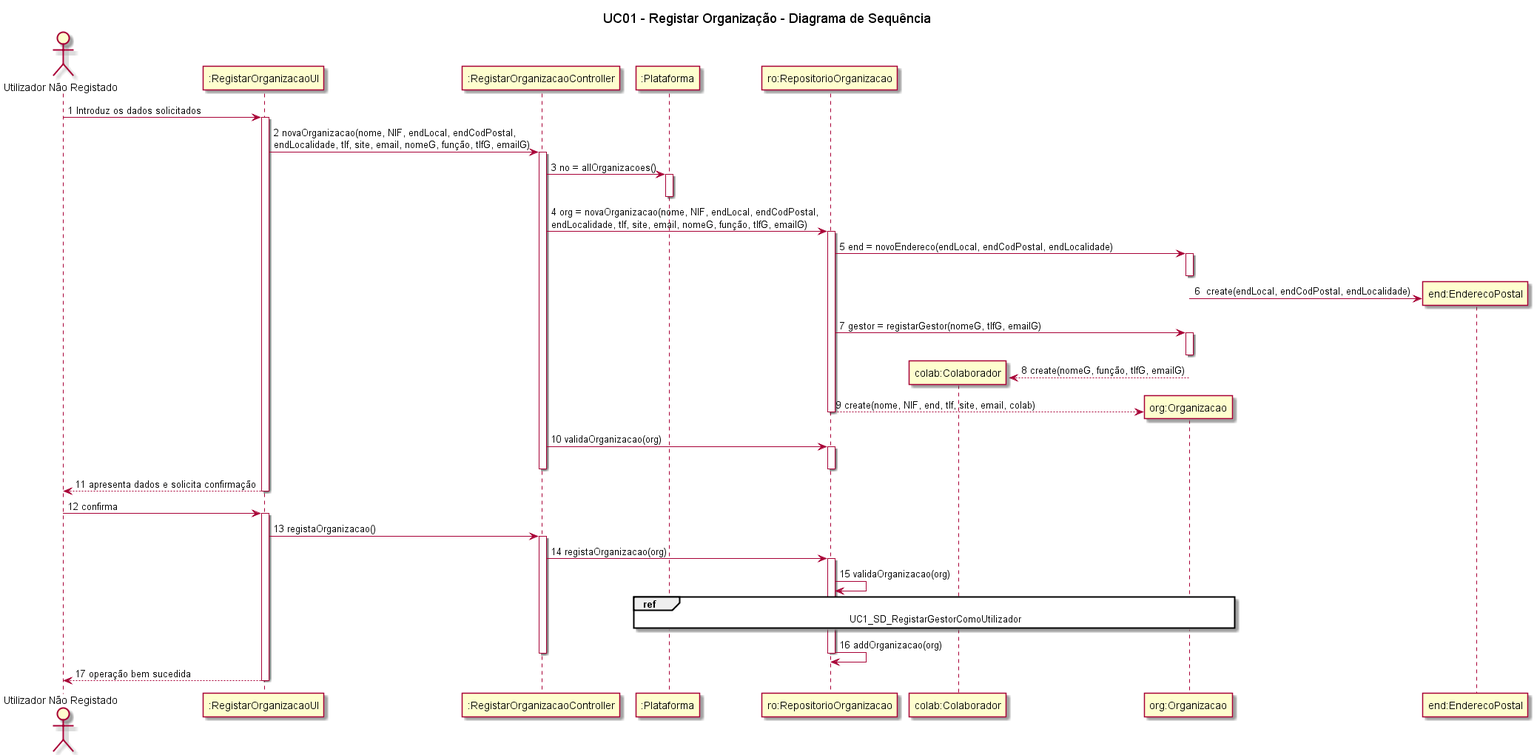
Above: Documentação/Sprint 2/UC01_Registar_Organizacao/UC01_Registar_Organizacao_Diagrama_Sequencia_Pt1.png in blestonbandeiraUPSKILL/upskill_java1_labprg_grupo2 (PlantUML), before the change.
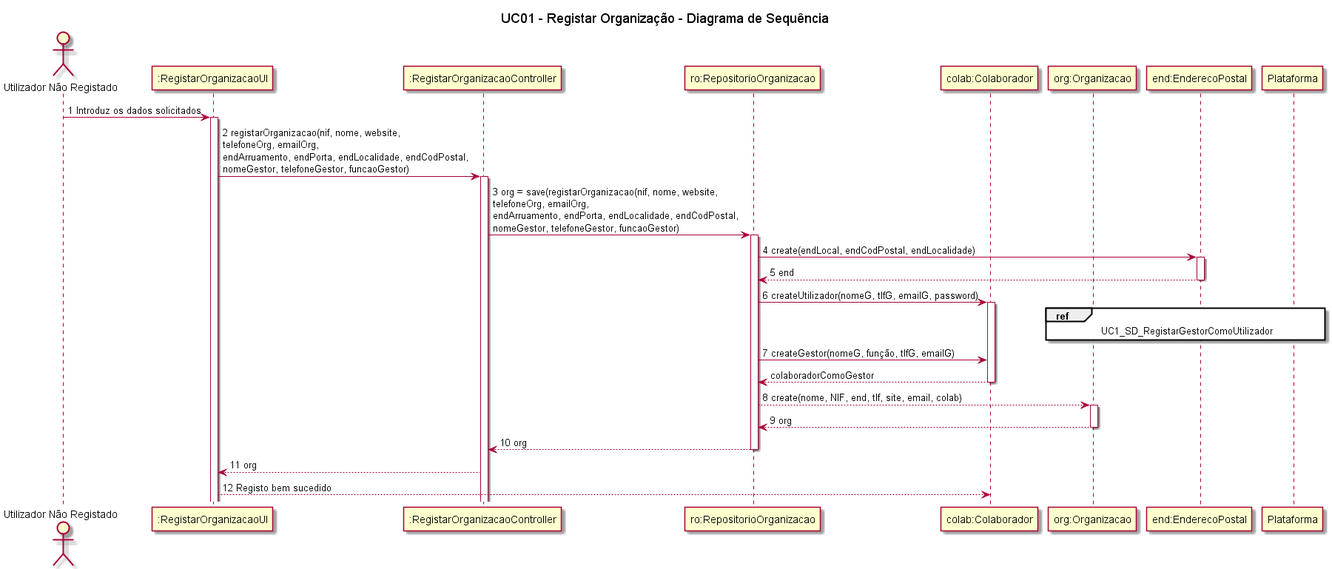
The same diagram one commit later.

The edit, as a diff of the source:
```diff
@@ -5,7 +5,6 @@
 actor "Utilizador Não Registado" as UtilizadorNaoRegistado
 participant ":RegistarOrganizacaoUI" as RegistarOrganizacaoUI
 participant ":RegistarOrganizacaoController" as RegistarOrganizaoController
-participant ":Plataforma" as Plataforma
 participant "ro:RepositorioOrganizacao" as RepositorioOrganizacao
 participant "colab:Colaborador" as Colaborador
 participant "org:Organizacao" as Organizacao
@@ -13,41 +12,29 @@
 
 UtilizadorNaoRegistado -> RegistarOrganizacaoUI: 1 Introduz os dados solicitados
 activate RegistarOrganizacaoUI
-RegistarOrganizacaoUI ->  RegistarOrganizaoController: 2 novaOrganizacao(nome, NIF, endLocal, endCodPostal,\nendLocalidade, tlf, site, email, nomeG, função, tlfG, emailG)
+RegistarOrganizacaoUI ->  RegistarOrganizaoController: 2 registarOrganizacao(nif, nome, website, \ntelefoneOrg, emailOrg, \nendArruamento, endPorta, endLocalidade, endCodPostal, \nnomeGestor, telefoneGestor, funcaoGestor)
 activate RegistarOrganizaoController
-RegistarOrganizaoController -> Plataforma : 3 no = allOrganizacoes()
-activate Plataforma
-deactivate Plataforma
-RegistarOrganizaoController -> RepositorioOrganizacao : 4 org = novaOrganizacao(nome, NIF, endLocal, endCodPostal,\nendLocalidade, tlf, site, email, nomeG, função, tlfG, emailG)
+RegistarOrganizaoController -> RepositorioOrganizacao: 3 org = save(registarOrganizacao(nif, nome, website, \ntelefoneOrg, emailOrg, \nendArruamento, endPorta, endLocalidade, endCodPostal, \nnomeGestor, telefoneGestor, funcaoGestor)
 activate RepositorioOrganizacao
-RepositorioOrganizacao -> Organizacao : 5 end = novoEndereco(endLocal, endCodPostal, endLocalidade)
+RepositorioOrganizacao -> EnderecoPostal: 4 create(endLocal, endCodPostal, endLocalidade)
+activate EnderecoPostal
+EnderecoPostal --> RepositorioOrganizacao: 5 end
+deactivate EnderecoPostal
+RepositorioOrganizacao -> Colaborador: 6 createUtilizador(nomeG, tlfG, emailG, password)
+ref over Plataforma, Organizacao : UC1_SD_RegistarGestorComoUtilizador
+activate Colaborador
+RepositorioOrganizacao -> Colaborador: 7 createGestor(nomeG, função, tlfG, emailG)
+Colaborador --> RepositorioOrganizacao: colaboradorComoGestor
+deactivate Colaborador
+RepositorioOrganizacao --> Organizacao : 8 create(nome, NIF, end, tlf, site, email, colab)
 activate Organizacao
+Organizacao --> RepositorioOrganizacao: 9 org
 deactivate Organizacao
-Organizacao -> EnderecoPostal ** : 6  create(endLocal, endCodPostal, endLocalidade)
-RepositorioOrganizacao -> Organizacao : 7 gestor = registarGestor(nomeG, tlfG, emailG)
-activate Organizacao
-deactivate Organizacao
-Organizacao --> Colaborador ** : 8 create(nomeG, função, tlfG, emailG)
-RepositorioOrganizacao --> Organizacao ** : 9 create(nome, NIF, end, tlf, site, email, colab)
+RepositorioOrganizacao --> RegistarOrganizaoController: 10 org
 deactivate RepositorioOrganizacao
-RegistarOrganizaoController -> RepositorioOrganizacao : 10 validaOrganizacao(org)
-activate RepositorioOrganizacao
-deactivate RepositorioOrganizacao
-deactivate RegistarOrganizaoController
-RegistarOrganizacaoUI --> UtilizadorNaoRegistado : 11 apresenta dados e solicita confirmação
-deactivate RegistarOrganizacaoUI
-UtilizadorNaoRegistado -> RegistarOrganizacaoUI : 12 confirma
-activate RegistarOrganizacaoUI
-RegistarOrganizacaoUI -> RegistarOrganizaoController : 13 registaOrganizacao()
-activate RegistarOrganizaoController
-RegistarOrganizaoController -> RepositorioOrganizacao : 14 registaOrganizacao(org)
-activate RepositorioOrganizacao
-RepositorioOrganizacao -> RepositorioOrganizacao : 15 validaOrganizacao(org)
-ref over Plataforma, Organizacao : UC1_SD_RegistarGestorComoUtilizador
-RepositorioOrganizacao -> RepositorioOrganizacao : 16 addOrganizacao(org)
-deactivate RepositorioOrganizacao
-deactivate RegistarOrganizaoController
-RegistarOrganizacaoUI --> UtilizadorNaoRegistado : 17 operação bem sucedida
-deactivate RegistarOrganizacaoUI
+RegistarOrganizaoController --> RegistarOrganizacaoUI: 11 org
+RegistarOrganizacaoUI --> Colaborador: 12 Registo bem sucedido
+
+
 
 @enduml
```
